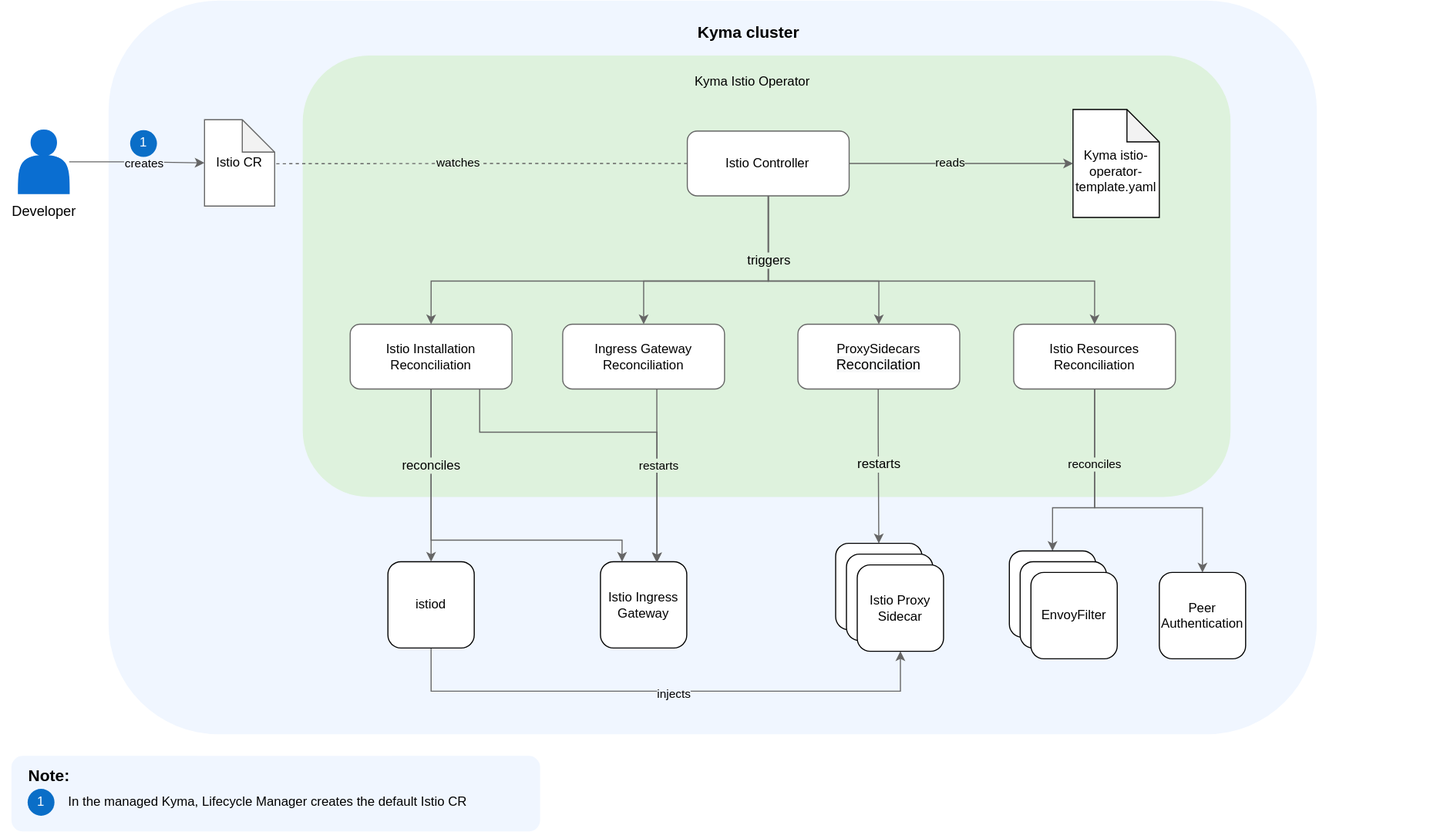
Earlier version of the draw.io export docs/assets/istio-operator-overview.svg (kyma-project/istio). Source tidied: cells renumbered, new cells last; positions are measured from the earlier drawing's top-left corner, leaving out a move shared by most shapes.
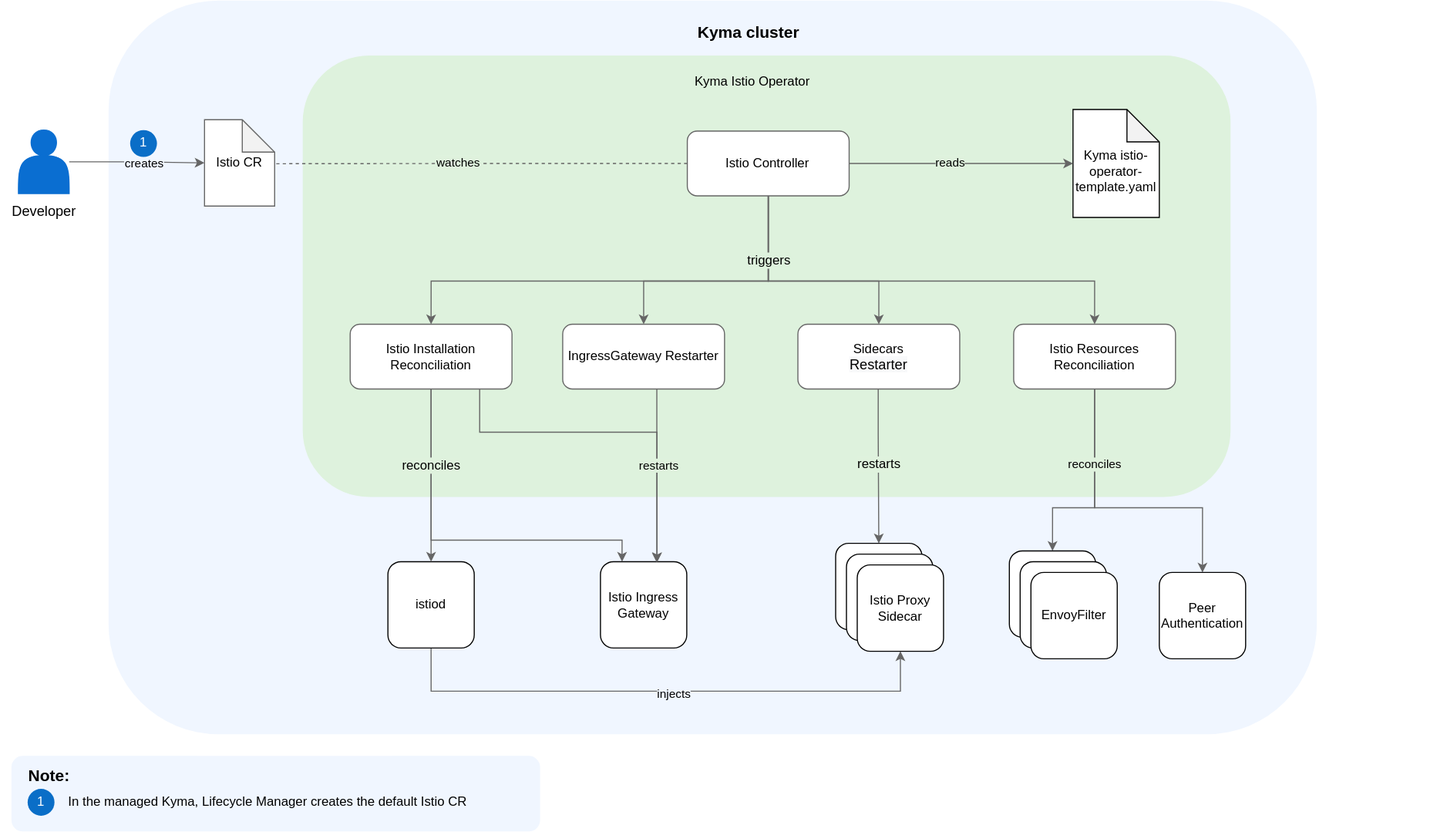
After the change.

Commit message:
Update diagram and rename Restarters

What changed in the source:
```diff
@@ -117,7 +117,7 @@
     <mxCell id="24" value="Istio Installation Reconciliation" style="rounded=1;whiteSpace=wrap;html=1;strokeColor=#666666;fontSize=12;" parent="1" vertex="1">
       <mxGeometry x="324" y="300" width="150" height="60" as="geometry" />
     </mxCell>
-    <mxCell id="25" value="Ingress Gateway Reconciliation" style="rounded=1;whiteSpace=wrap;html=1;strokeColor=#666666;fontSize=12;" parent="1" vertex="1">
+    <mxCell id="25" value="IngressGateway Restarter" style="rounded=1;whiteSpace=wrap;html=1;strokeColor=#666666;fontSize=12;" parent="1" vertex="1">
       <mxGeometry x="521" y="300" width="150" height="60" as="geometry" />
     </mxCell>
     <mxCell id="26" style="edgeStyle=orthogonalEdgeStyle;rounded=0;jettySize=auto;html=1;entryX=0.5;entryY=0;entryDx=0;entryDy=0;strokeColor=#666666;" parent="1" edge="1" target="34">
@@ -130,7 +130,7 @@
         <mxPoint x="1" y="-21" as="offset" />
       </mxGeometry>
     </mxCell>
-    <mxCell id="28" value="ProxySidecars&lt;br style=&quot;font-size: 13px; background-color: rgb(248, 249, 250);&quot;&gt;&lt;span style=&quot;font-size: 13px; background-color: rgb(248, 249, 250);&quot;&gt;Reconcilation&lt;/span&gt;" style="rounded=1;whiteSpace=wrap;html=1;strokeColor=#666666;fontSize=12;" parent="1" vertex="1">
+    <mxCell id="28" value="Sidecars&lt;br style=&quot;font-size: 13px; background-color: rgb(248, 249, 250);&quot;&gt;&lt;span style=&quot;font-size: 13px; background-color: rgb(248, 249, 250);&quot;&gt;Restarter&lt;/span&gt;" style="rounded=1;whiteSpace=wrap;html=1;strokeColor=#666666;fontSize=12;" parent="1" vertex="1">
       <mxGeometry x="739" y="300" width="150" height="60" as="geometry" />
     </mxCell>
     <mxCell id="29" style="edgeStyle=orthogonalEdgeStyle;rounded=0;jettySize=auto;html=1;entryX=0.5;entryY=0;entryDx=0;entryDy=0;strokeColor=#666666;" parent="1" edge="1" source="32" target="42">
```
